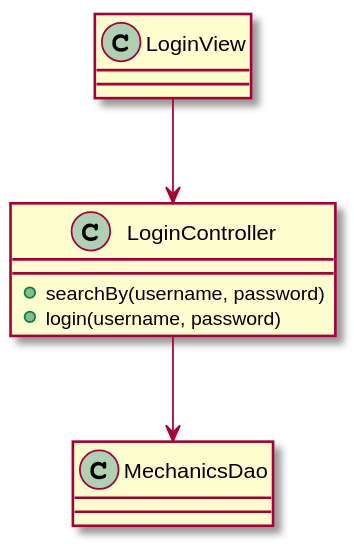
Above: documentation/2analysisview/classanalysis/svg/controllers/LoginController.svg in Ruskab/agrimManager (PlantUML), before the change. Its diagram source:
```plantuml
@startuml
	class LoginController {
	+searchBy(username, password)
	+login(username, password)
	}

	LoginView --> LoginController
	LoginController --> MechanicsDao
@enduml
```
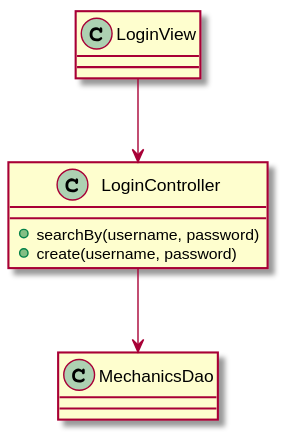
Later version of the same file.

The edit, as a diff of the source:
```diff
@@ -1,7 +1,7 @@
 @startuml
 	class LoginController {
 	+searchBy(username, password)
-	+login(username, password)
+	+create(username, password)
 	}
 
 	LoginView --> LoginController
```
